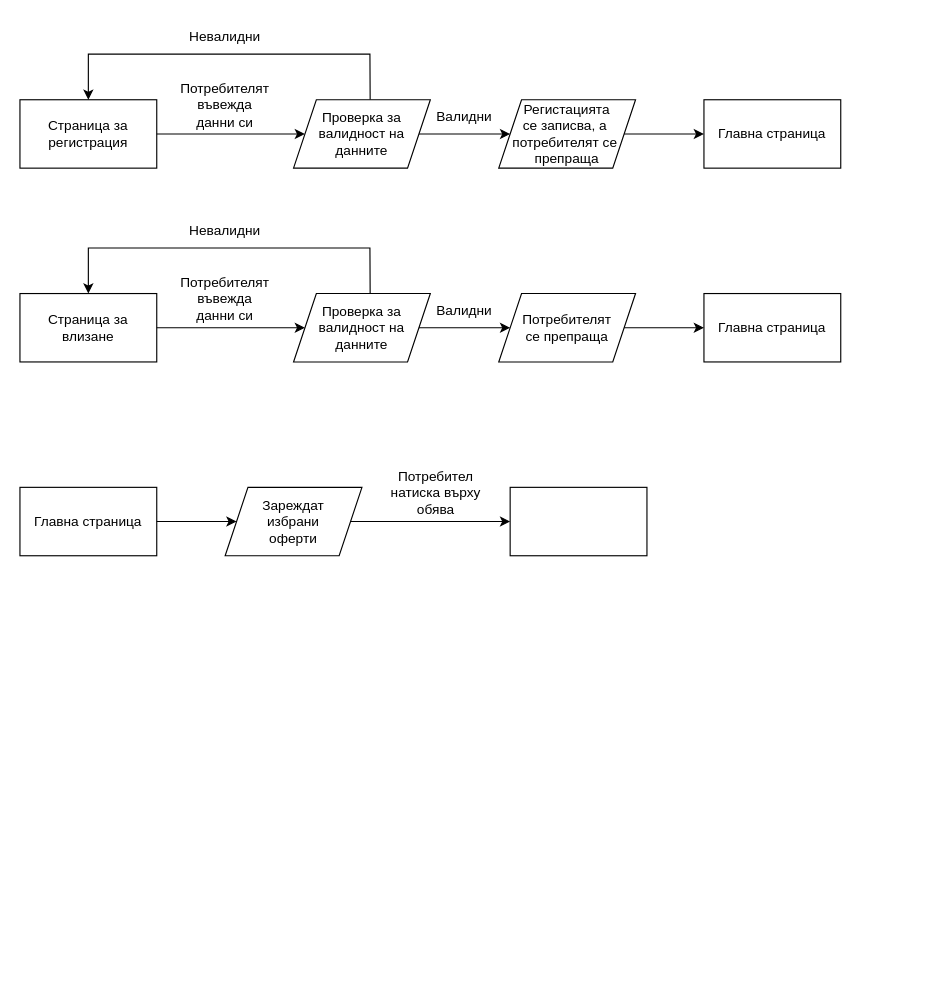
Above: Untitled Diagram.drawio in suchojlisitsin/ebook_reader (draw.io), before the change. Source tidied: cells renumbered, new cells numbered last; positions are measured from the earlier drawing's top-left corner, leaving out a move shared by most shapes. Both pictures are drawn from the tidied source at 114%, with x=0, y=0 at pixel (19, 19).
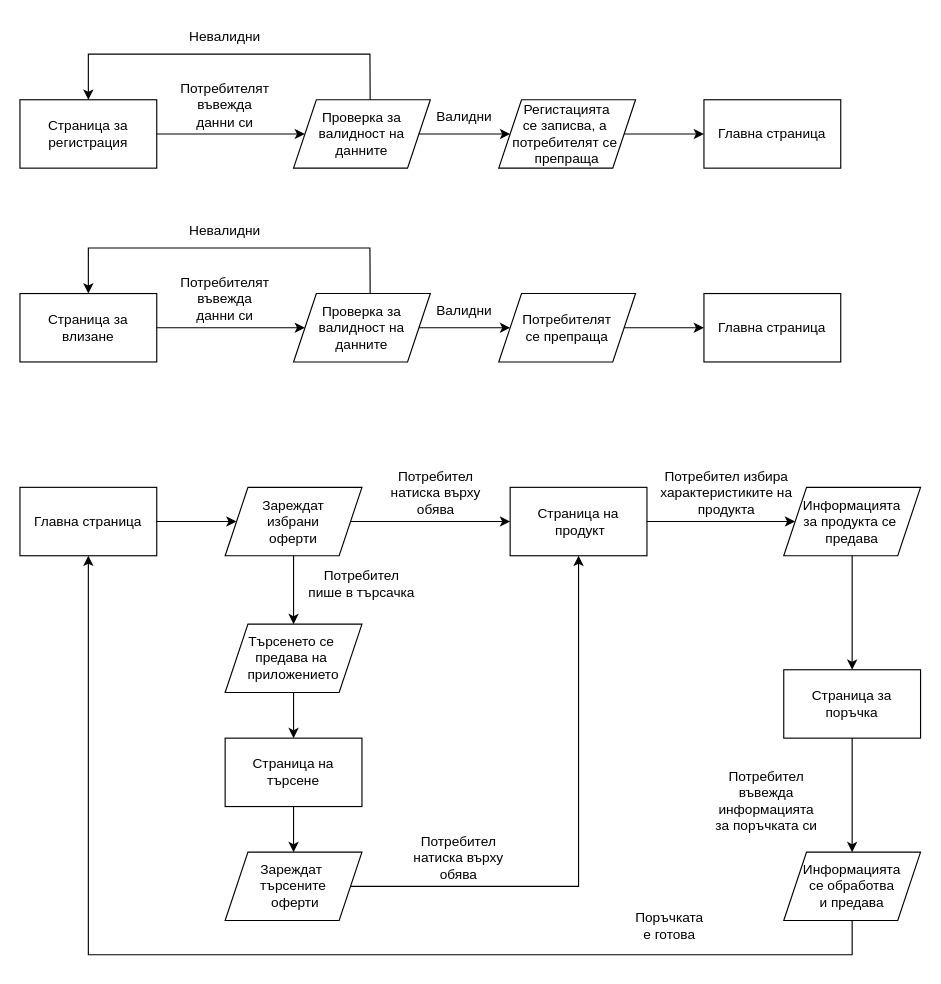
The same diagram, later.

The change refers to these unchanged cells:
```xml
<mxCell id="24" value="Главна страница" style="rounded=0;whiteSpace=wrap;html=1;" parent="1" vertex="1">
  <mxGeometry y="410" width="120" height="60" as="geometry" />
</mxCell>
<mxCell id="26" value="Зареждат&lt;br&gt;избрани&lt;br&gt;оферти" style="shape=parallelogram;perimeter=parallelogramPerimeter;whiteSpace=wrap;html=1;fixedSize=1;" parent="1" vertex="1">
  <mxGeometry x="180" y="410" width="120" height="60" as="geometry" />
</mxCell>
```

Diff of the diagram source:
```diff
@@
-    <mxCell id="29" style="rounded=0;whiteSpace=wrap;html=1;" parent="1" vertex="1">
+    <mxCell id="29" value="Страница на&lt;br&gt;&amp;nbsp;продукт" style="rounded=0;whiteSpace=wrap;html=1;" parent="1" vertex="1">
       <mxGeometry x="430" y="410" width="120" height="60" as="geometry" />
     </mxCell>
+    <mxCell id="30" style="endArrow=classic;html=1;rounded=0;exitX=0.5;exitY=1;exitDx=0;exitDy=0;" parent="1" edge="1" source="26" target="31">
+      <mxGeometry relative="1" as="geometry" />
+    </mxCell>
+    <mxCell id="31" value="Търсенето се&amp;nbsp;&lt;br&gt;предава на&amp;nbsp;&lt;br&gt;приложението" style="shape=parallelogram;perimeter=parallelogramPerimeter;whiteSpace=wrap;html=1;fixedSize=1;" parent="1" vertex="1">
+      <mxGeometry x="180" y="530" width="120" height="60" as="geometry" />
+    </mxCell>
+    <mxCell id="32" value="Потребител&lt;br&gt;пише в търсачка" style="text;html=1;strokeColor=none;fillColor=none;align=center;verticalAlign=middle;whiteSpace=wrap;rounded=0;" parent="1" vertex="1">
+      <mxGeometry x="240" y="480" width="120" height="30" as="geometry" />
+    </mxCell>
+    <mxCell id="33" style="endArrow=classic;html=1;rounded=0;exitX=0.5;exitY=1;exitDx=0;exitDy=0;" parent="1" edge="1" source="31" target="34">
+      <mxGeometry relative="1" as="geometry" />
+    </mxCell>
+    <mxCell id="34" value="Страница на търсене" style="rounded=0;whiteSpace=wrap;html=1;" parent="1" vertex="1">
+      <mxGeometry x="180" y="630" width="120" height="60" as="geometry" />
+    </mxCell>
+    <mxCell id="35" style="endArrow=classic;html=1;rounded=0;exitX=0.5;exitY=1;exitDx=0;exitDy=0;" parent="1" edge="1" source="34" target="36">
+      <mxGeometry relative="1" as="geometry" />
+    </mxCell>
+    <mxCell id="36" value="Зареждат&amp;nbsp;&lt;br&gt;търсените&lt;br&gt;&amp;nbsp;оферти" style="shape=parallelogram;perimeter=parallelogramPerimeter;whiteSpace=wrap;html=1;fixedSize=1;" parent="1" vertex="1">
+      <mxGeometry x="180" y="730" width="120" height="60" as="geometry" />
+    </mxCell>
+    <mxCell id="37" style="endArrow=classic;html=1;rounded=0;exitX=1;exitY=0.5;exitDx=0;exitDy=0;entryX=0.5;entryY=1;entryDx=0;entryDy=0;" parent="1" edge="1" source="36" target="29">
+      <mxGeometry relative="1" as="geometry">
+        <Array as="points">
+          <mxPoint x="490" y="760" />
+        </Array>
+      </mxGeometry>
+    </mxCell>
+    <mxCell id="38" value="Потребител&lt;br&gt;натиска върху обява" style="text;html=1;strokeColor=none;fillColor=none;align=center;verticalAlign=middle;whiteSpace=wrap;rounded=0;" parent="1" vertex="1">
+      <mxGeometry x="340" y="720" width="90" height="30" as="geometry" />
+    </mxCell>
+    <mxCell id="39" style="endArrow=classic;html=1;rounded=0;exitX=1;exitY=0.5;exitDx=0;exitDy=0;" parent="1" edge="1" source="29" target="40">
+      <mxGeometry relative="1" as="geometry" />
+    </mxCell>
+    <mxCell id="40" value="Информацията&lt;br&gt;за продукта се&amp;nbsp;&lt;br&gt;предава" style="shape=parallelogram;perimeter=parallelogramPerimeter;whiteSpace=wrap;html=1;fixedSize=1;" parent="1" vertex="1">
+      <mxGeometry x="670" y="410" width="120" height="60" as="geometry" />
+    </mxCell>
+    <mxCell id="41" value="Потребител избира характеристиките на продукта" style="text;html=1;strokeColor=none;fillColor=none;align=center;verticalAlign=middle;whiteSpace=wrap;rounded=0;" parent="1" vertex="1">
+      <mxGeometry x="550" y="400" width="140" height="30" as="geometry" />
+    </mxCell>
+    <mxCell id="42" value="Страница за поръчка" style="rounded=0;whiteSpace=wrap;html=1;" parent="1" vertex="1">
+      <mxGeometry x="670" y="570" width="120" height="60" as="geometry" />
+    </mxCell>
+    <mxCell id="43" style="endArrow=classic;html=1;rounded=0;exitX=0.5;exitY=1;exitDx=0;exitDy=0;entryX=0.5;entryY=0;entryDx=0;entryDy=0;" parent="1" edge="1" source="40" target="42">
+      <mxGeometry relative="1" as="geometry" />
+    </mxCell>
+    <mxCell id="44" value="Потребител&lt;br&gt;въвежда&lt;br&gt;информацията&lt;br&gt;за поръчката си" style="text;html=1;strokeColor=none;fillColor=none;align=center;verticalAlign=middle;whiteSpace=wrap;rounded=0;" parent="1" vertex="1">
+      <mxGeometry x="600" y="670" width="110" height="30" as="geometry" />
+    </mxCell>
+    <mxCell id="45" value="Информацията&lt;br&gt;се обработва&lt;br&gt;и предава" style="shape=parallelogram;perimeter=parallelogramPerimeter;whiteSpace=wrap;html=1;fixedSize=1;" parent="1" vertex="1">
+      <mxGeometry x="670" y="730" width="120" height="60" as="geometry" />
+    </mxCell>
+    <mxCell id="46" style="endArrow=classic;html=1;rounded=0;exitX=0.5;exitY=1;exitDx=0;exitDy=0;entryX=0.5;entryY=0;entryDx=0;entryDy=0;" parent="1" edge="1" source="42" target="45">
+      <mxGeometry relative="1" as="geometry" />
+    </mxCell>
+    <mxCell id="47" style="endArrow=classic;html=1;rounded=0;exitX=0.5;exitY=1;exitDx=0;exitDy=0;entryX=0.5;entryY=1;entryDx=0;entryDy=0;" parent="1" edge="1" source="45" target="24">
+      <mxGeometry relative="1" as="geometry">
+        <Array as="points">
+          <mxPoint x="730" y="820" />
+          <mxPoint x="60" y="820" />
+        </Array>
+      </mxGeometry>
+    </mxCell>
+    <mxCell id="48" value="Поръчката е готова" style="text;html=1;strokeColor=none;fillColor=none;align=center;verticalAlign=middle;whiteSpace=wrap;rounded=0;" parent="1" vertex="1">
+      <mxGeometry x="540" y="780" width="60" height="30" as="geometry" />
+    </mxCell>
```
